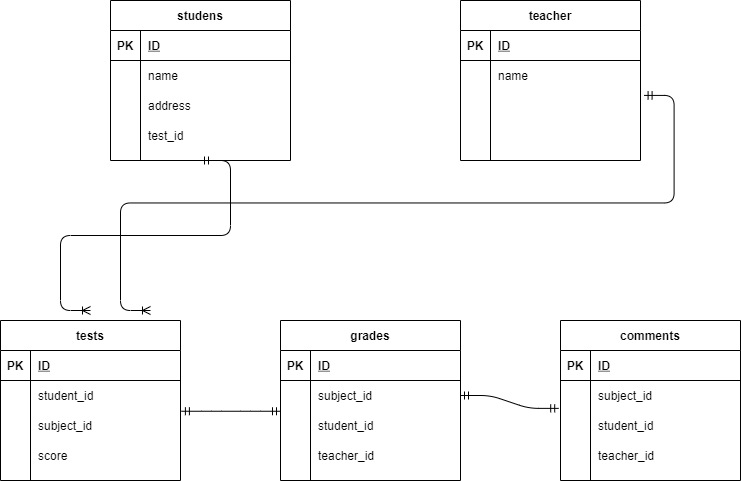
Above: index.drawio.png in Riko-15/DB (draw.io), before the change. Source tidied: cells renumbered, new cells last; positions are measured from the earlier drawing's top-left corner, leaving out a move shared by most shapes.
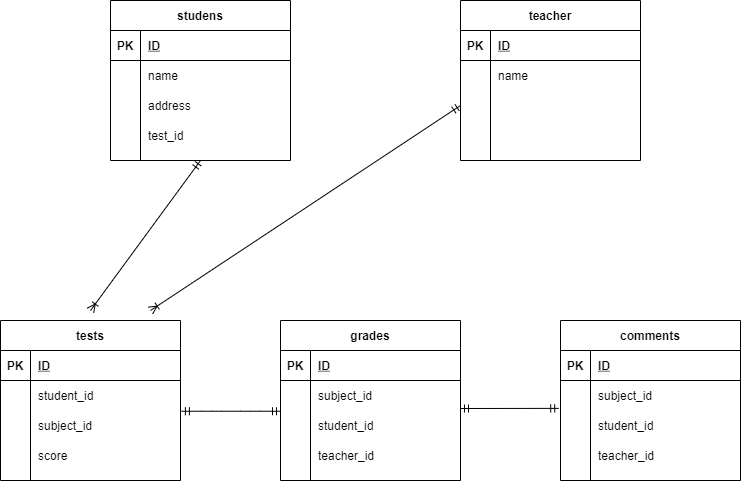
Above is the later version.

What changed in the source:
```diff
@@ -197,15 +197,17 @@
     <mxCell id="66" value="teacher_id" style="shape=partialRectangle;fillColor=none;top=0;left=0;bottom=0;right=0;align=left;spacingLeft=6;overflow=hidden;" parent="64" vertex="1">
       <mxGeometry x="30" width="150" height="30" as="geometry" />
     </mxCell>
-    <mxCell id="67" style="edgeStyle=entityRelationEdgeStyle;fontSize=12;html=1;endArrow=ERoneToMany;startArrow=ERmandOne;exitX=0.5;exitY=1;exitDx=0;exitDy=0;" parent="1" edge="1" source="2">
+    <mxCell id="67" style="fontSize=12;html=1;endArrow=ERoneToMany;startArrow=ERmandOne;exitX=0.5;exitY=1;exitDx=0;exitDy=0;" parent="1" edge="1" source="2">
       <mxGeometry relative="1" as="geometry">
         <mxPoint x="90" y="310" as="targetPoint" />
       </mxGeometry>
     </mxCell>
-    <mxCell id="68" style="edgeStyle=entityRelationEdgeStyle;fontSize=12;html=1;endArrow=ERmandOne;startArrow=ERmandOne;entryX=-0.01;entryY=0.929;entryDx=0;entryDy=0;entryPerimeter=0;exitX=1;exitY=0.5;exitDx=0;exitDy=0;" parent="1" edge="1" source="58" target="32">
-      <mxGeometry relative="1" as="geometry" />
+    <mxCell id="68" style="fontSize=12;html=1;endArrow=ERmandOne;startArrow=ERmandOne;entryX=-0.01;entryY=0.929;entryDx=0;entryDy=0;entryPerimeter=0;" parent="1" edge="1" target="32">
+      <mxGeometry relative="1" as="geometry">
+        <mxPoint x="460" y="408" as="sourcePoint" />
+      </mxGeometry>
     </mxCell>
-    <mxCell id="69" style="edgeStyle=entityRelationEdgeStyle;fontSize=12;html=1;endArrow=ERoneToMany;startArrow=ERmandOne;exitX=1.02;exitY=0.164;exitDx=0;exitDy=0;exitPerimeter=0;" parent="1" edge="1" source="22">
+    <mxCell id="69" style="fontSize=12;html=1;endArrow=ERoneToMany;startArrow=ERmandOne;exitX=0;exitY=0.5;exitDx=0;exitDy=0;" parent="1" edge="1" source="22">
       <mxGeometry relative="1" as="geometry">
         <mxPoint x="150" y="310" as="targetPoint" />
       </mxGeometry>
```
